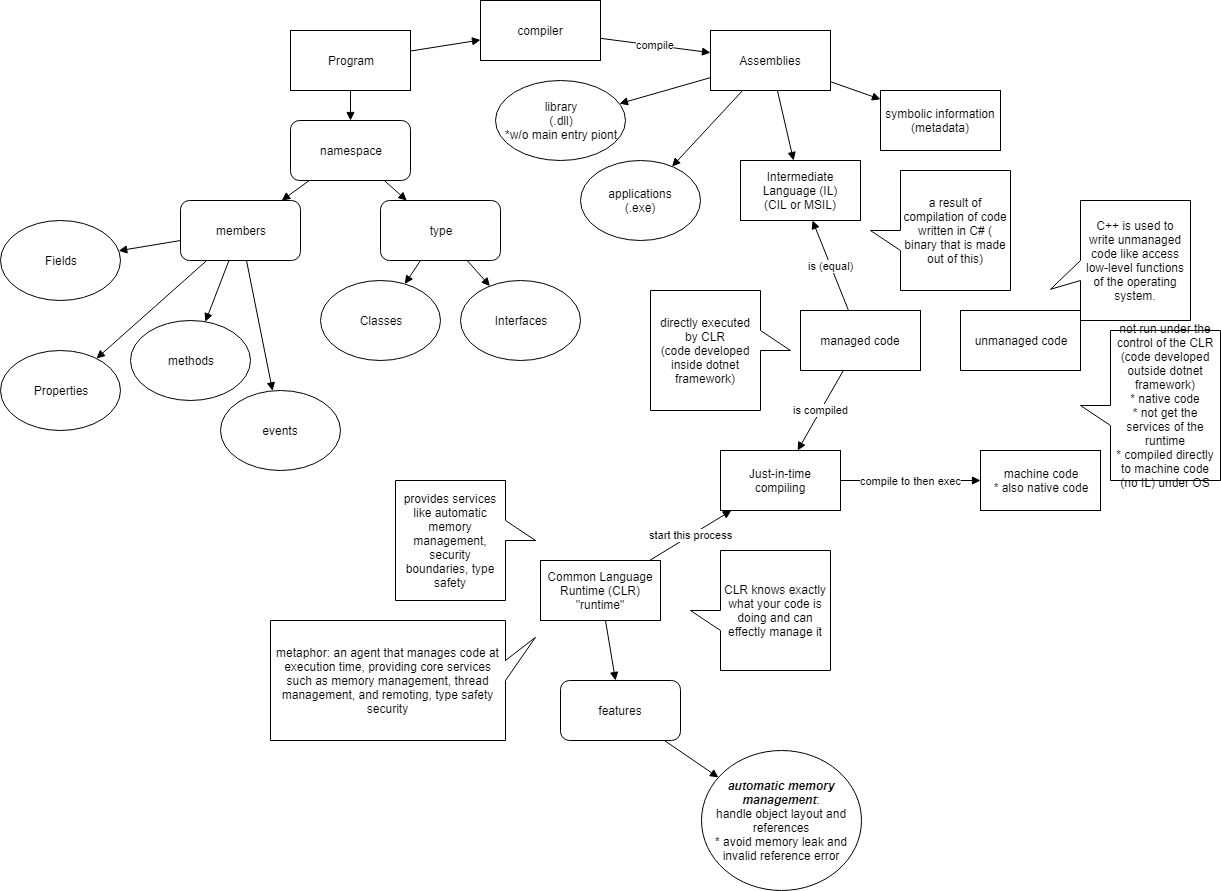
The draw.io diagram cSharp_concept.png in stsiwo/cSharp_concept, before a commit. Source tidied: cells renumbered, new cells last; positions are measured from the earlier drawing's top-left corner, leaving out a move shared by most shapes.
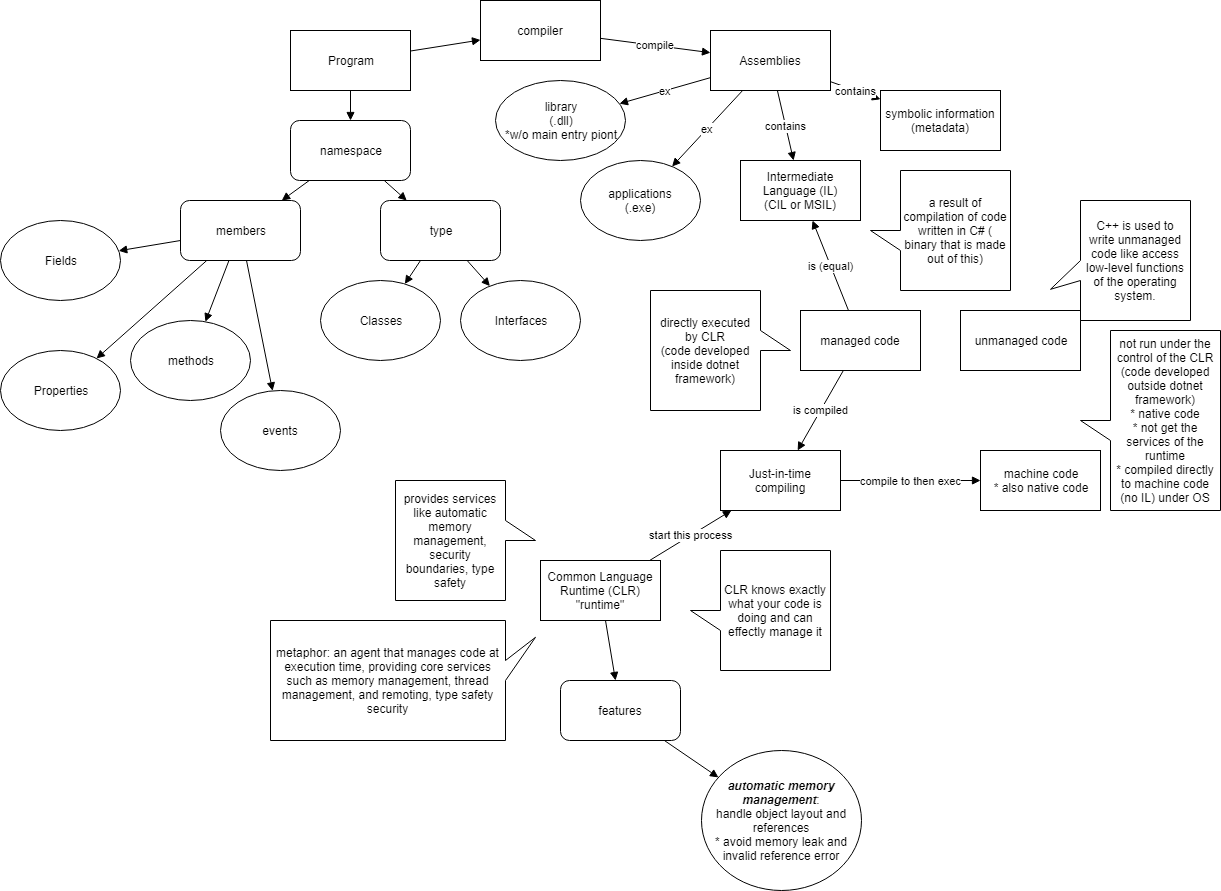
Later version of the same file.

The edit, as a diff of the source:
```diff
@@ -68,16 +68,16 @@
     <mxCell id="23" value="compiler" style="rounded=0;whiteSpace=wrap;html=1;" parent="1" vertex="1">
       <mxGeometry x="480" width="120" height="60" as="geometry" />
     </mxCell>
-    <mxCell id="24" style="edgeStyle=none;rounded=0;html=1;endArrow=block;endFill=1;jettySize=auto;" parent="1" edge="1" source="28" target="29">
+    <mxCell id="24" value="ex" style="edgeStyle=none;rounded=0;html=1;endArrow=block;endFill=1;jettySize=auto;" parent="1" edge="1" source="28" target="29">
       <mxGeometry relative="1" as="geometry" />
     </mxCell>
-    <mxCell id="25" style="edgeStyle=none;rounded=0;html=1;endArrow=block;endFill=1;jettySize=auto;" parent="1" edge="1" source="28" target="30">
+    <mxCell id="25" value="ex" style="edgeStyle=none;rounded=0;html=1;endArrow=block;endFill=1;jettySize=auto;" parent="1" edge="1" source="28" target="30">
       <mxGeometry relative="1" as="geometry" />
     </mxCell>
-    <mxCell id="26" style="edgeStyle=none;rounded=0;html=1;endArrow=block;endFill=1;jettySize=auto;" parent="1" edge="1" source="28" target="31">
+    <mxCell id="26" value="contains" style="edgeStyle=none;rounded=0;html=1;endArrow=block;endFill=1;jettySize=auto;" parent="1" edge="1" source="28" target="31">
       <mxGeometry relative="1" as="geometry" />
     </mxCell>
-    <mxCell id="27" style="edgeStyle=none;rounded=0;html=1;endArrow=block;endFill=1;jettySize=auto;" parent="1" edge="1" source="28" target="32">
+    <mxCell id="27" value="contains" style="edgeStyle=none;rounded=0;html=1;endArrow=block;endFill=1;jettySize=auto;" parent="1" edge="1" source="28" target="32">
       <mxGeometry relative="1" as="geometry" />
     </mxCell>
     <mxCell id="28" value="Assemblies" style="rounded=0;whiteSpace=wrap;html=1;" parent="1" vertex="1">
@@ -138,7 +138,7 @@
       <mxGeometry x="960" y="310" width="120" height="60" as="geometry" />
     </mxCell>
     <mxCell id="47" value="not run under the control of the CLR&lt;br&gt;(code developed outside dotnet framework)&lt;br&gt;* native code&lt;br&gt;* not get the services of the runtime&lt;br&gt;* compiled directly to machine code (no IL) under OS&lt;br&gt;" style="shape=callout;whiteSpace=wrap;html=1;perimeter=calloutPerimeter;direction=south;" parent="1" vertex="1">
-      <mxGeometry x="1080" y="330" width="140" height="150" as="geometry" />
+      <mxGeometry x="1080" y="330" width="140" height="180" as="geometry" />
     </mxCell>
     <mxCell id="48" value="directly executed by CLR&lt;br&gt;(code developed inside dotnet framework)" style="shape=callout;whiteSpace=wrap;html=1;perimeter=calloutPerimeter;direction=north;" parent="1" vertex="1">
       <mxGeometry x="650" y="290" width="140" height="120" as="geometry" />
```
